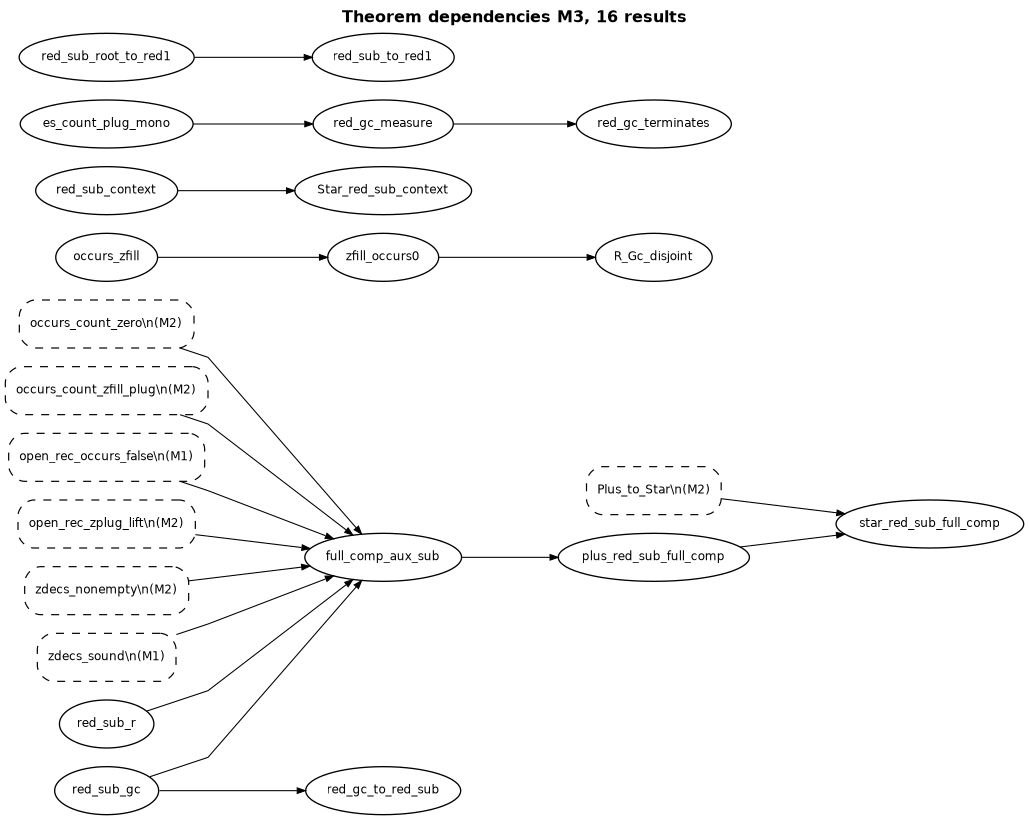
Earlier version of the Graphviz export graphs/dependency-M3.png (bisimulationn/lambda-sub). Its source is kept beside it as graphs/dependency-M3.dot. The source it was exported from:
```dot
digraph deps {
  rankdir=LR;
  bgcolor="#ffffff";
  splines=polyline;
  concentrate=true;
  nodesep=0.2;
  ranksep=0.9;
  node [fontname=Inter, fontsize=9];
  edge [fontname=Inter, fontsize=8, color="#000000", fontcolor="#000000", arrowsize=0.6, penwidth=0.8];
  graph [fontname=Inter, fontsize=12, labelloc=t, fontcolor="#000000", label=<<B>Theorem dependencies M3, 16 results</B>>];
  Plus_to_Star [label="Plus_to_Star\\n(M2)", shape=box, style="rounded,dashed,filled", fillcolor="#ffffff", color="#000000", penwidth=0.9, fontcolor="#000000", tooltip="Plus_to_Star theory/Closure.v proved"];
  occurs_count_zero [label="occurs_count_zero\\n(M2)", shape=box, style="rounded,dashed,filled", fillcolor="#ffffff", color="#000000", penwidth=0.9, fontcolor="#000000", tooltip="occurs_count_zero theory/Metatheory.v proved"];
  occurs_count_zfill_plug [label="occurs_count_zfill_plug\\n(M2)", shape=box, style="rounded,dashed,filled", fillcolor="#ffffff", color="#000000", penwidth=0.9, fontcolor="#000000", tooltip="occurs_count_zfill_plug theory/Metatheory.v proved"];
  open_rec_occurs_false [label="open_rec_occurs_false\\n(M1)", shape=box, style="rounded,dashed,filled", fillcolor="#ffffff", color="#000000", penwidth=0.9, fontcolor="#000000", tooltip="open_rec_occurs_false theory/Binding.v proved"];
  open_rec_zplug_lift [label="open_rec_zplug_lift\\n(M2)", shape=box, style="rounded,dashed,filled", fillcolor="#ffffff", color="#000000", penwidth=0.9, fontcolor="#000000", tooltip="open_rec_zplug_lift theory/Metatheory.v proved"];
  zdecs_nonempty [label="zdecs_nonempty\\n(M2)", shape=box, style="rounded,dashed,filled", fillcolor="#ffffff", color="#000000", penwidth=0.9, fontcolor="#000000", tooltip="zdecs_nonempty theory/Metatheory.v proved"];
  zdecs_sound [label="zdecs_sound\\n(M1)", shape=box, style="rounded,dashed,filled", fillcolor="#ffffff", color="#000000", penwidth=0.9, fontcolor="#000000", tooltip="zdecs_sound theory/Reduction.v proved"];
  R_Gc_disjoint [label="R_Gc_disjoint", shape=ellipse, style="filled", fillcolor="#ffffff", color="#000000", penwidth=1.0, fontcolor="#000000", tooltip="R_Gc_disjoint theory/Subsystem.v proved"];
  Star_red_sub_context [label="Star_red_sub_context", shape=ellipse, style="filled", fillcolor="#ffffff", color="#000000", penwidth=1.0, fontcolor="#000000", tooltip="Star_red_sub_context theory/Subsystem.v proved"];
  es_count_plug_mono [label="es_count_plug_mono", shape=ellipse, style="filled", fillcolor="#ffffff", color="#000000", penwidth=1.0, fontcolor="#000000", tooltip="es_count_plug_mono theory/Subsystem.v proved"];
  full_comp_aux_sub [label="full_comp_aux_sub", shape=ellipse, style="filled", fillcolor="#ffffff", color="#000000", penwidth=1.0, fontcolor="#000000", tooltip="full_comp_aux_sub theory/Subsystem.v proved"];
  occurs_zfill [label="occurs_zfill", shape=ellipse, style="filled", fillcolor="#ffffff", color="#000000", penwidth=1.0, fontcolor="#000000", tooltip="occurs_zfill theory/Subsystem.v proved"];
  plus_red_sub_full_comp [label="plus_red_sub_full_comp", shape=ellipse, style="filled", fillcolor="#ffffff", color="#000000", penwidth=1.0, fontcolor="#000000", tooltip="plus_red_sub_full_comp theory/Subsystem.v proved"];
  red_gc_measure [label="red_gc_measure", shape=ellipse, style="filled", fillcolor="#ffffff", color="#000000", penwidth=1.0, fontcolor="#000000", tooltip="red_gc_measure theory/Subsystem.v proved"];
  red_gc_terminates [label="red_gc_terminates", shape=ellipse, style="filled", fillcolor="#ffffff", color="#000000", penwidth=1.0, fontcolor="#000000", tooltip="red_gc_terminates theory/Subsystem.v proved"];
  red_gc_to_red_sub [label="red_gc_to_red_sub", shape=ellipse, style="filled", fillcolor="#ffffff", color="#000000", penwidth=1.0, fontcolor="#000000", tooltip="red_gc_to_red_sub theory/Subsystem.v proved"];
  red_sub_context [label="red_sub_context", shape=ellipse, style="filled", fillcolor="#ffffff", color="#000000", penwidth=1.0, fontcolor="#000000", tooltip="red_sub_context theory/Subsystem.v proved"];
  red_sub_gc [label="red_sub_gc", shape=ellipse, style="filled", fillcolor="#ffffff", color="#000000", penwidth=1.0, fontcolor="#000000", tooltip="red_sub_gc theory/Subsystem.v proved"];
  red_sub_r [label="red_sub_r", shape=ellipse, style="filled", fillcolor="#ffffff", color="#000000", penwidth=1.0, fontcolor="#000000", tooltip="red_sub_r theory/Subsystem.v proved"];
  red_sub_root_to_red1 [label="red_sub_root_to_red1", shape=ellipse, style="filled", fillcolor="#ffffff", color="#000000", penwidth=1.0, fontcolor="#000000", tooltip="red_sub_root_to_red1 theory/Subsystem.v proved"];
  red_sub_to_red1 [label="red_sub_to_red1", shape=ellipse, style="filled", fillcolor="#ffffff", color="#000000", penwidth=1.0, fontcolor="#000000", tooltip="red_sub_to_red1 theory/Subsystem.v proved"];
  star_red_sub_full_comp [label="star_red_sub_full_comp", shape=ellipse, style="filled", fillcolor="#ffffff", color="#000000", penwidth=1.0, fontcolor="#000000", tooltip="star_red_sub_full_comp theory/Subsystem.v proved"];
  zfill_occurs0 [label="zfill_occurs0", shape=ellipse, style="filled", fillcolor="#ffffff", color="#000000", penwidth=1.0, fontcolor="#000000", tooltip="zfill_occurs0 theory/Subsystem.v proved"];
  red_sub_root_to_red1 -> red_sub_to_red1;
  occurs_zfill -> zfill_occurs0;
  zfill_occurs0 -> R_Gc_disjoint;
  red_sub_context -> Star_red_sub_context;
  occurs_count_zero -> full_comp_aux_sub;
  occurs_count_zfill_plug -> full_comp_aux_sub;
  open_rec_occurs_false -> full_comp_aux_sub;
  open_rec_zplug_lift -> full_comp_aux_sub;
  red_sub_gc -> full_comp_aux_sub;
  red_sub_r -> full_comp_aux_sub;
  zdecs_nonempty -> full_comp_aux_sub;
  zdecs_sound -> full_comp_aux_sub;
  full_comp_aux_sub -> plus_red_sub_full_comp;
  Plus_to_Star -> star_red_sub_full_comp;
  plus_red_sub_full_comp -> star_red_sub_full_comp;
  es_count_plug_mono -> red_gc_measure;
  red_gc_measure -> red_gc_terminates;
  red_sub_gc -> red_gc_to_red_sub;
}
```
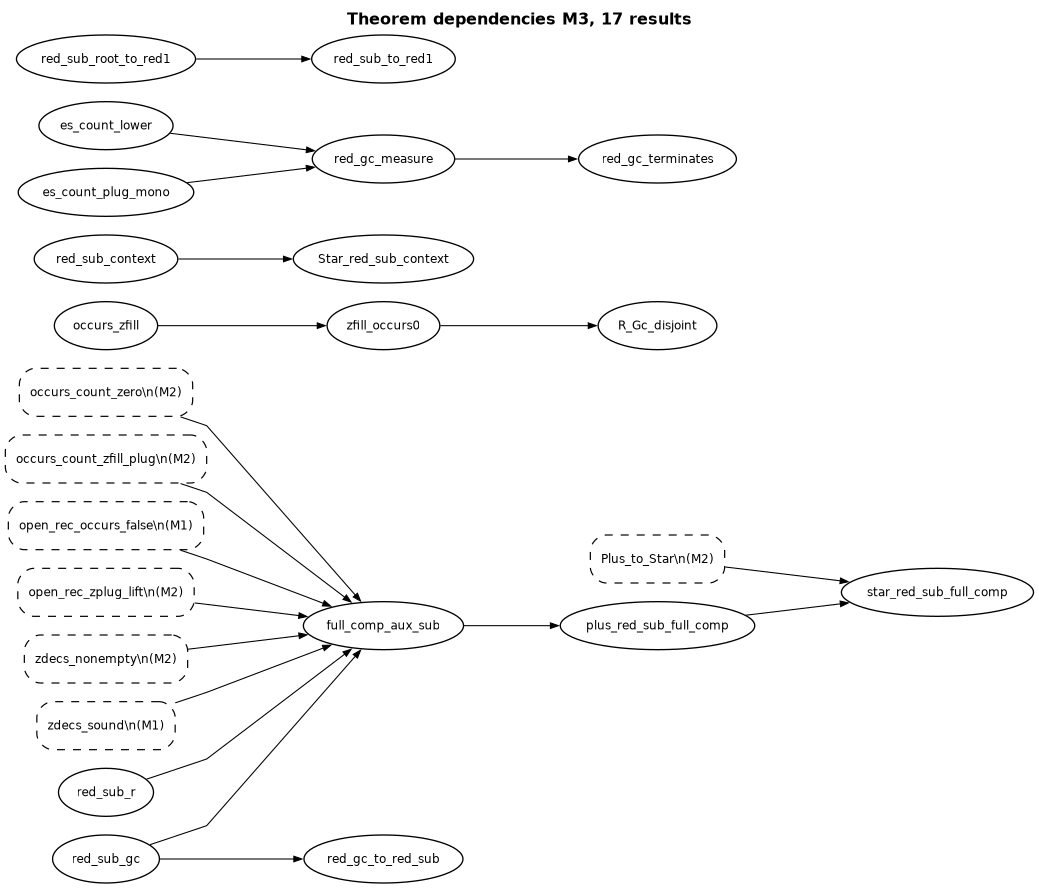
The same diagram one commit later.

The edit, as a diff of the source:
```diff
@@ -7,7 +7,7 @@
   ranksep=0.9;
   node [fontname=Inter, fontsize=9];
   edge [fontname=Inter, fontsize=8, color="#000000", fontcolor="#000000", arrowsize=0.6, penwidth=0.8];
-  graph [fontname=Inter, fontsize=12, labelloc=t, fontcolor="#000000", label=<<B>Theorem dependencies M3, 16 results</B>>];
+  graph [fontname=Inter, fontsize=12, labelloc=t, fontcolor="#000000", label=<<B>Theorem dependencies M3, 17 results</B>>];
   Plus_to_Star [label="Plus_to_Star\\n(M2)", shape=box, style="rounded,dashed,filled", fillcolor="#ffffff", color="#000000", penwidth=0.9, fontcolor="#000000", tooltip="Plus_to_Star theory/Closure.v proved"];
   occurs_count_zero [label="occurs_count_zero\\n(M2)", shape=box, style="rounded,dashed,filled", fillcolor="#ffffff", color="#000000", penwidth=0.9, fontcolor="#000000", tooltip="occurs_count_zero theory/Metatheory.v proved"];
   occurs_count_zfill_plug [label="occurs_count_zfill_plug\\n(M2)", shape=box, style="rounded,dashed,filled", fillcolor="#ffffff", color="#000000", penwidth=0.9, fontcolor="#000000", tooltip="occurs_count_zfill_plug theory/Metatheory.v proved"];
@@ -17,6 +17,7 @@
   zdecs_sound [label="zdecs_sound\\n(M1)", shape=box, style="rounded,dashed,filled", fillcolor="#ffffff", color="#000000", penwidth=0.9, fontcolor="#000000", tooltip="zdecs_sound theory/Reduction.v proved"];
   R_Gc_disjoint [label="R_Gc_disjoint", shape=ellipse, style="filled", fillcolor="#ffffff", color="#000000", penwidth=1.0, fontcolor="#000000", tooltip="R_Gc_disjoint theory/Subsystem.v proved"];
   Star_red_sub_context [label="Star_red_sub_context", shape=ellipse, style="filled", fillcolor="#ffffff", color="#000000", penwidth=1.0, fontcolor="#000000", tooltip="Star_red_sub_context theory/Subsystem.v proved"];
+  es_count_lower [label="es_count_lower", shape=ellipse, style="filled", fillcolor="#ffffff", color="#000000", penwidth=1.0, fontcolor="#000000", tooltip="es_count_lower theory/Subsystem.v proved"];
   es_count_plug_mono [label="es_count_plug_mono", shape=ellipse, style="filled", fillcolor="#ffffff", color="#000000", penwidth=1.0, fontcolor="#000000", tooltip="es_count_plug_mono theory/Subsystem.v proved"];
   full_comp_aux_sub [label="full_comp_aux_sub", shape=ellipse, style="filled", fillcolor="#ffffff", color="#000000", penwidth=1.0, fontcolor="#000000", tooltip="full_comp_aux_sub theory/Subsystem.v proved"];
   occurs_zfill [label="occurs_zfill", shape=ellipse, style="filled", fillcolor="#ffffff", color="#000000", penwidth=1.0, fontcolor="#000000", tooltip="occurs_zfill theory/Subsystem.v proved"];
@@ -46,6 +47,7 @@
   full_comp_aux_sub -> plus_red_sub_full_comp;
   Plus_to_Star -> star_red_sub_full_comp;
   plus_red_sub_full_comp -> star_red_sub_full_comp;
+  es_count_lower -> red_gc_measure;
   es_count_plug_mono -> red_gc_measure;
   red_gc_measure -> red_gc_terminates;
   red_sub_gc -> red_gc_to_red_sub;
```
